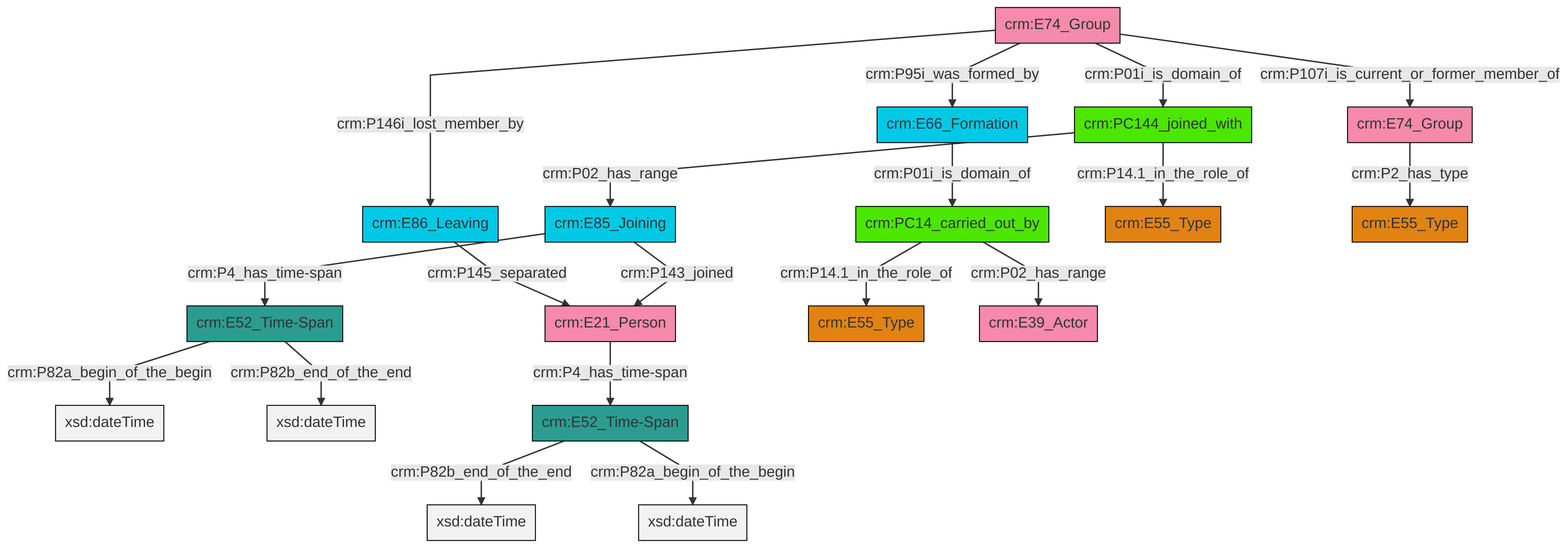
swiss-art-research-net/docs.swissartresearch keeps this Mermaid diagram as et/groupCSV/ttl/mmd/png/group_actor_relations.png. Above is the earlier version. Its source is kept beside it as et/groupCSV/ttl/mmd/group_actor_relations.ttl.mmd.
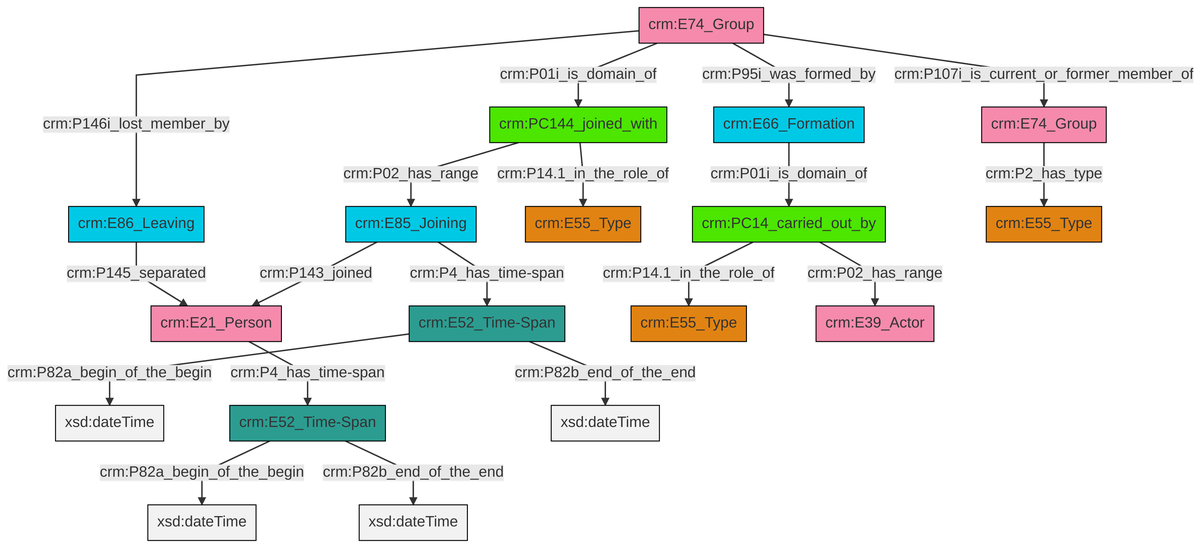
After the commit.

What changed in the source:
```diff
@@ -13,21 +13,21 @@
 classDef PC_Classes fill:#4ce600, stroke:#000000;
 classDef Multi fill:#cccccc,stroke:#000000;
 
-0["crm:E52_Time-Span"]:::Time-Span -->|crm:P82a_begin_of_the_begin| 1[xsd:dateTime]:::Literal
 2["crm:E74_Group"]:::Actor -->|crm:P146i_lost_member_by| 3["crm:E86_Leaving"]:::Temporal_Entity
-6["crm:E66_Formation"]:::Temporal_Entity -->|crm:P01i_is_domain_of| 7["crm:PC14_carried_out_by"]:::PC_Classes
-3["crm:E86_Leaving"]:::Temporal_Entity -->|crm:P145_separated| 4["crm:E21_Person"]:::Actor
-0["crm:E52_Time-Span"]:::Time-Span -->|crm:P82b_end_of_the_end| 10[xsd:dateTime]:::Literal
-13["crm:PC144_joined_with"]:::PC_Classes -->|crm:P14.1_in_the_role_of| 14["crm:E55_Type"]:::Type
-11["crm:E85_Joining"]:::Temporal_Entity -->|crm:P143_joined| 4["crm:E21_Person"]:::Actor
-4["crm:E21_Person"]:::Actor -->|crm:P4_has_time-span| 23["crm:E52_Time-Span"]:::Time-Span
-15["crm:E74_Group"]:::Actor -->|crm:P2_has_type| 24["crm:E55_Type"]:::Type
-23["crm:E52_Time-Span"]:::Time-Span -->|crm:P82b_end_of_the_end| 25[xsd:dateTime]:::Literal
-13["crm:PC144_joined_with"]:::PC_Classes -->|crm:P02_has_range| 11["crm:E85_Joining"]:::Temporal_Entity
-11["crm:E85_Joining"]:::Temporal_Entity -->|crm:P4_has_time-span| 0["crm:E52_Time-Span"]:::Time-Span
-23["crm:E52_Time-Span"]:::Time-Span -->|crm:P82a_begin_of_the_begin| 27[xsd:dateTime]:::Literal
-2["crm:E74_Group"]:::Actor -->|crm:P107i_is_current_or_former_member_of| 15["crm:E74_Group"]:::Actor
-7["crm:PC14_carried_out_by"]:::PC_Classes -->|crm:P14.1_in_the_role_of| 8["crm:E55_Type"]:::Type
-7["crm:PC14_carried_out_by"]:::PC_Classes -->|crm:P02_has_range| 17["crm:E39_Actor"]:::Actor
-2["crm:E74_Group"]:::Actor -->|crm:P95i_was_formed_by| 6["crm:E66_Formation"]:::Temporal_Entity
-2["crm:E74_Group"]:::Actor -->|crm:P01i_is_domain_of| 13["crm:PC144_joined_with"]:::PC_Classes
+4["crm:E85_Joining"]:::Temporal_Entity -->|crm:P143_joined| 5["crm:E21_Person"]:::Actor
+12["crm:E74_Group"]:::Actor -->|crm:P2_has_type| 13["crm:E55_Type"]:::Type
+10["crm:PC14_carried_out_by"]:::PC_Classes -->|crm:P02_has_range| 14["crm:E39_Actor"]:::Actor
+3["crm:E86_Leaving"]:::Temporal_Entity -->|crm:P145_separated| 5["crm:E21_Person"]:::Actor
+2["crm:E74_Group"]:::Actor -->|crm:P95i_was_formed_by| 16["crm:E66_Formation"]:::Temporal_Entity
+0["crm:E52_Time-Span"]:::Time-Span -->|crm:P82a_begin_of_the_begin| 21[xsd:dateTime]:::Literal
+2["crm:E74_Group"]:::Actor -->|crm:P01i_is_domain_of| 18["crm:PC144_joined_with"]:::PC_Classes
+23["crm:E52_Time-Span"]:::Time-Span -->|crm:P82a_begin_of_the_begin| 24[xsd:dateTime]:::Literal
+5["crm:E21_Person"]:::Actor -->|crm:P4_has_time-span| 23["crm:E52_Time-Span"]:::Time-Span
+0["crm:E52_Time-Span"]:::Time-Span -->|crm:P82b_end_of_the_end| 25[xsd:dateTime]:::Literal
+23["crm:E52_Time-Span"]:::Time-Span -->|crm:P82b_end_of_the_end| 26[xsd:dateTime]:::Literal
+4["crm:E85_Joining"]:::Temporal_Entity -->|crm:P4_has_time-span| 0["crm:E52_Time-Span"]:::Time-Span
+2["crm:E74_Group"]:::Actor -->|crm:P107i_is_current_or_former_member_of| 12["crm:E74_Group"]:::Actor
+16["crm:E66_Formation"]:::Temporal_Entity -->|crm:P01i_is_domain_of| 10["crm:PC14_carried_out_by"]:::PC_Classes
+18["crm:PC144_joined_with"]:::PC_Classes -->|crm:P14.1_in_the_role_of| 8["crm:E55_Type"]:::Type
+10["crm:PC14_carried_out_by"]:::PC_Classes -->|crm:P14.1_in_the_role_of| 6["crm:E55_Type"]:::Type
+18["crm:PC144_joined_with"]:::PC_Classes -->|crm:P02_has_range| 4["crm:E85_Joining"]:::Temporal_Entity
```
